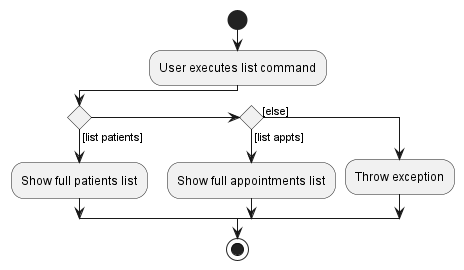
Before: docs/images/ListActivityDiagram.png, a diagram exported from PlantUML (nus-cs2103-AY2223S1/tp).
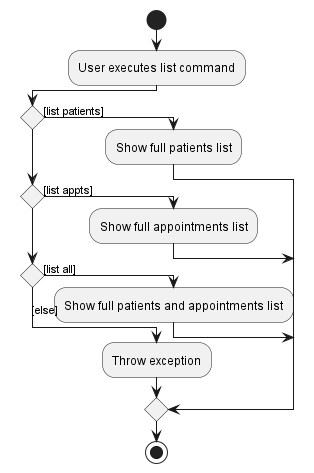
After the commit.

Commit message:
Update `ListCommand` details in DG and related UML diagrams

Previous iteration of `ListCommand` does not include `list all`. This
commit includes this additional case.

What changed in the source:
```diff
@@ -1,4 +1,5 @@
 @startuml
+!pragma useVerticalIf on
 start
 :User executes list command;
 
@@ -7,6 +8,8 @@
     :Show full patients list;
 else if () then ([list appts])
     :Show full appointments list;
+else if () then ([list all])
+    :Show full patients and appointments list;
 else ([else])
     :Throw exception;
 endif
```
